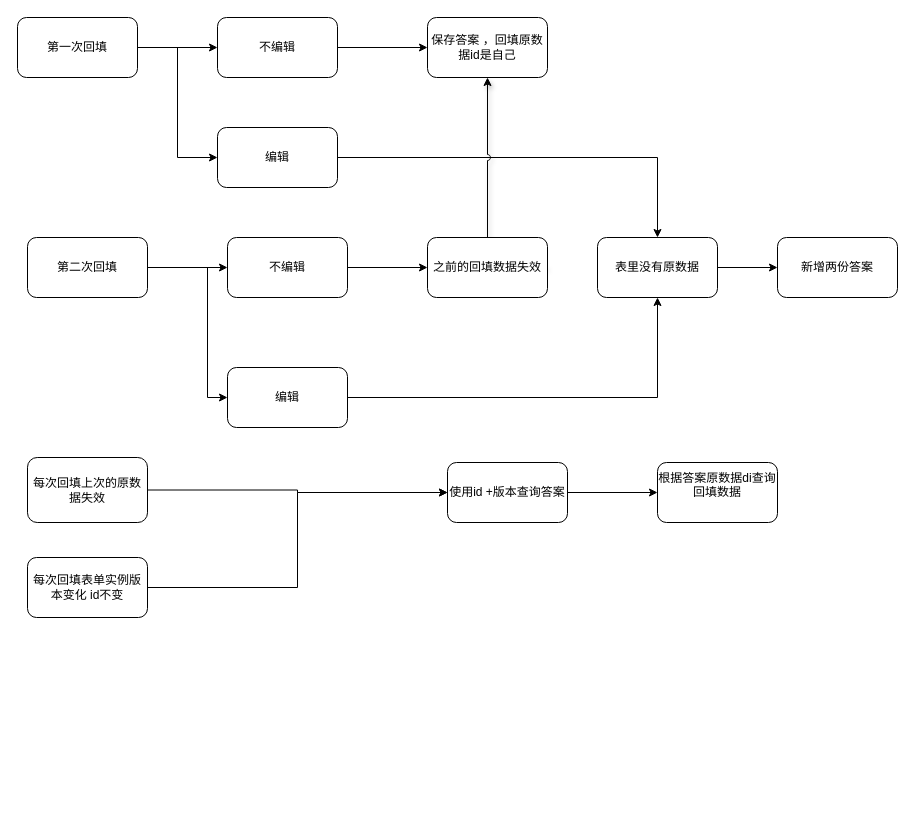
The draw.io diagram crf自动回填 新增答案流程图.drawio in shanyurc/draw.io, before the edit. Source tidied: cells renumbered, new cells numbered last; positions are measured from the earlier drawing's top-left corner, leaving out a move shared by most shapes. Both pictures are drawn from the tidied source at 100%, with x=0, y=0 at pixel (17, 17).
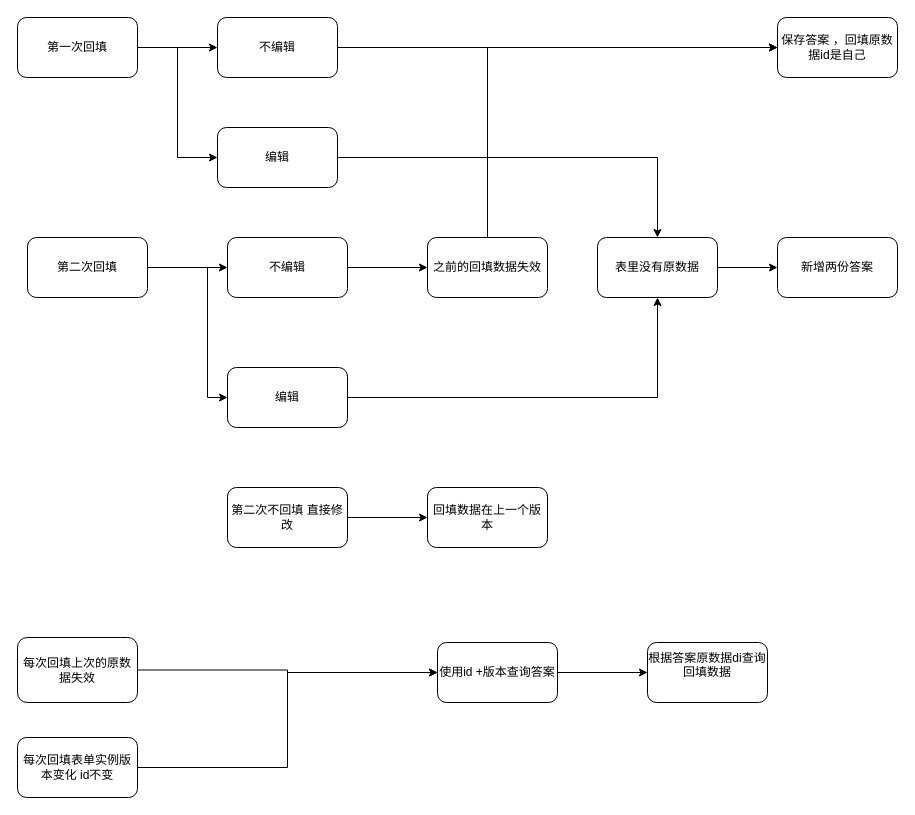
After the change.

Commit message:
更新crf自动回填 新增答案流程图.drawio

Unchanged cells that the change refers to:
```xml
<mxCell id="19" value="之前的回填数据失效" style="whiteSpace=wrap;html=1;rounded=1;" parent="1" vertex="1">
  <mxGeometry x="410" y="220" width="120" height="60" as="geometry" />
</mxCell>
```

Change to the diagram source:
```diff
@@
     <mxCell id="7" value="保存答案 ，回填原数据id是自己" style="whiteSpace=wrap;html=1;rounded=1;" parent="1" vertex="1">
-      <mxGeometry x="410" width="120" height="60" as="geometry" />
+      <mxGeometry x="760" width="120" height="60" as="geometry" />
     </mxCell>
@@
-    <mxCell id="18" style="edgeStyle=orthogonalEdgeStyle;rounded=0;jettySize=auto;html=1;exitX=1;exitY=0.5;exitDx=0;exitDy=0;entryX=0.5;entryY=1;entryDx=0;entryDy=0;shadow=1;jumpStyle=arc;" parent="1" edge="1" source="19" target="7">
-      <mxGeometry relative="1" as="geometry">
-        <Array as="points">
-          <mxPoint x="470" y="250" />
-        </Array>
-      </mxGeometry>
+    <mxCell id="18" style="edgeStyle=orthogonalEdgeStyle;rounded=0;jettySize=auto;html=1;exitX=0.5;exitY=0;exitDx=0;exitDy=0;entryX=0;entryY=0.5;entryDx=0;entryDy=0;" parent="1" edge="1" source="19" target="7">
+      <mxGeometry relative="1" as="geometry" />
     </mxCell>
@@
     <mxCell id="23" value="每次回填上次的原数据失效" style="rounded=1;whiteSpace=wrap;html=1;" parent="1" vertex="1">
-      <mxGeometry x="10" y="440" width="120" height="65" as="geometry" />
+      <mxGeometry y="620" width="120" height="65" as="geometry" />
     </mxCell>
@@
     <mxCell id="25" value="每次回填表单实例版本变化 id不变" style="rounded=1;whiteSpace=wrap;html=1;" parent="1" vertex="1">
-      <mxGeometry x="10" y="540" width="120" height="60" as="geometry" />
+      <mxGeometry y="720" width="120" height="60" as="geometry" />
     </mxCell>
@@
     <mxCell id="27" value="使用id +版本查询答案" style="whiteSpace=wrap;html=1;rounded=1;" parent="1" vertex="1">
-      <mxGeometry x="430" y="445" width="120" height="60" as="geometry" />
+      <mxGeometry x="420" y="625" width="120" height="60" as="geometry" />
     </mxCell>
     <mxCell id="28" value="根据答案原数据di查询回填数据&lt;div&gt;&lt;br&gt;&lt;/div&gt;" style="whiteSpace=wrap;html=1;rounded=1;" parent="1" vertex="1">
-      <mxGeometry x="640" y="445" width="120" height="60" as="geometry" />
+      <mxGeometry x="630" y="625" width="120" height="60" as="geometry" />
     </mxCell>
+    <mxCell id="29" style="edgeStyle=orthogonalEdgeStyle;rounded=0;jettySize=auto;html=1;" parent="1" edge="1" source="30" target="31">
+      <mxGeometry relative="1" as="geometry" />
+    </mxCell>
+    <mxCell id="30" value="第二次不回填 直接修改" style="rounded=1;whiteSpace=wrap;html=1;" parent="1" vertex="1">
+      <mxGeometry x="210" y="470" width="120" height="60" as="geometry" />
+    </mxCell>
+    <mxCell id="31" value="回填数据在上一个版本" style="whiteSpace=wrap;html=1;rounded=1;" parent="1" vertex="1">
+      <mxGeometry x="410" y="470" width="120" height="60" as="geometry" />
+    </mxCell>
```
